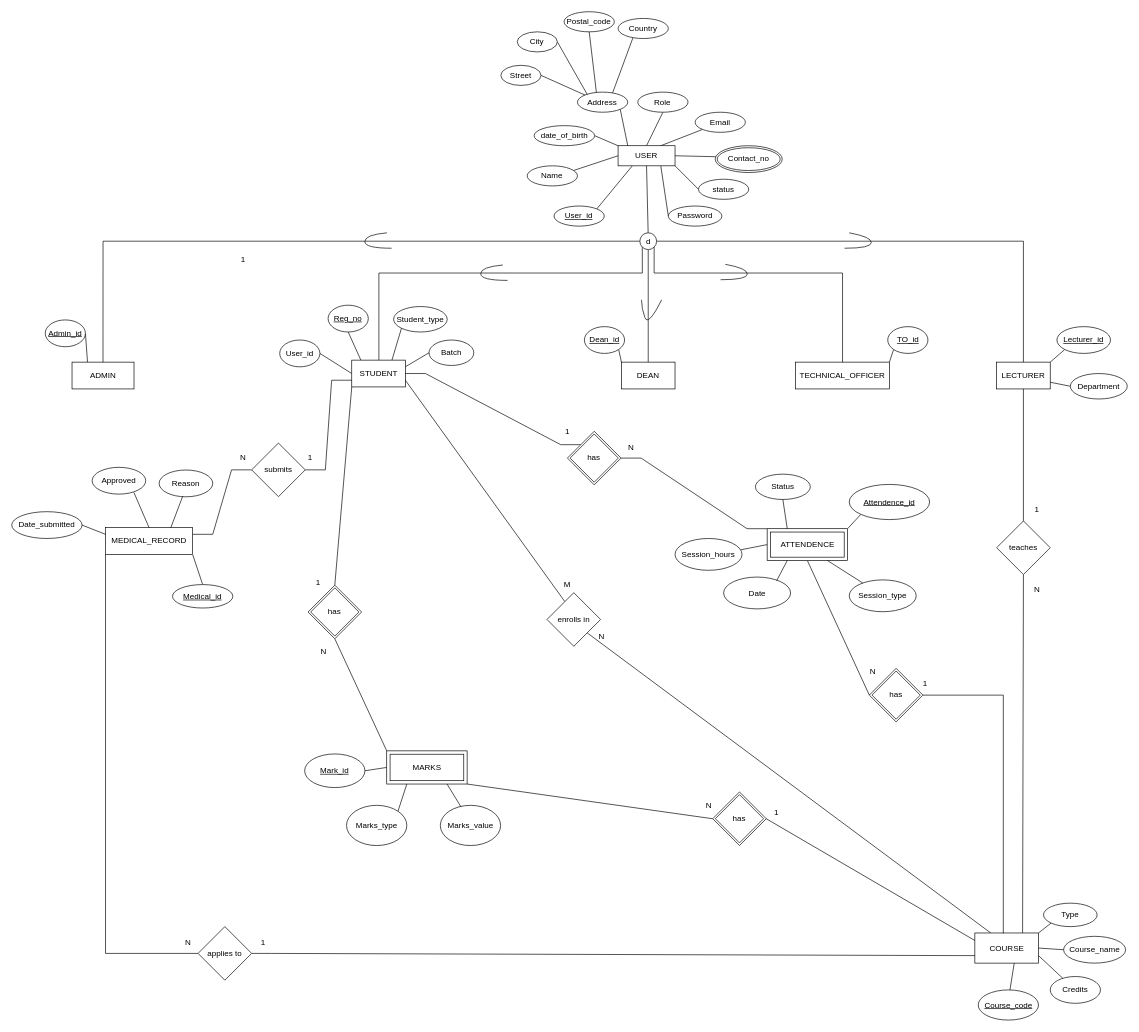
Before: page "Page-3" (2 of 2) of Resources/Updated EER and Mapping/EER and Mapping.drawio in dilusharadeeshan/Student-Management-System, a draw.io diagram. Source tidied: cells renumbered, new cells numbered last; positions are measured from the earlier drawing's top-left corner, leaving out a move shared by most shapes. Both pictures are drawn from the tidied source at 67%, with x=0, y=0 at pixel (11, 11).
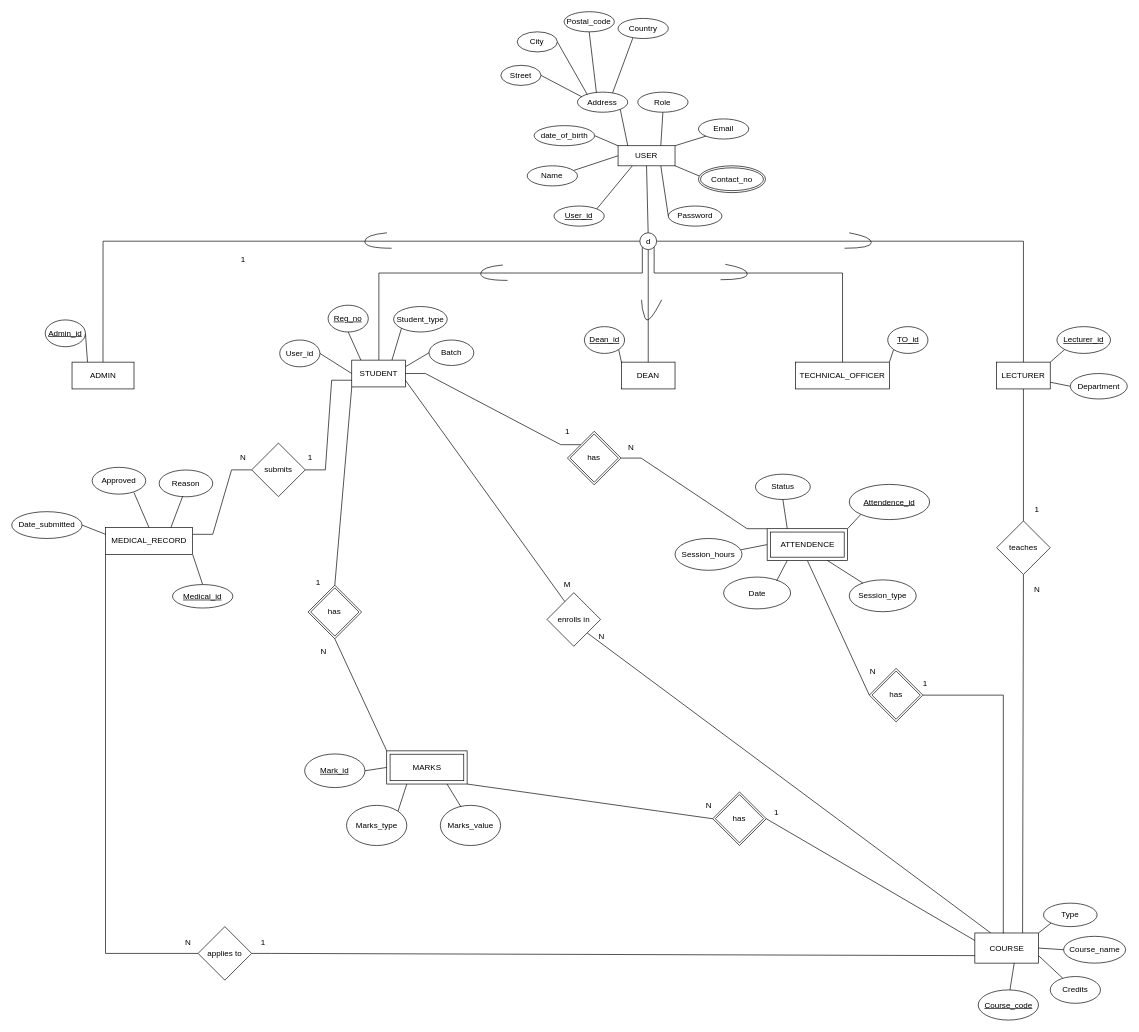
The same page after the edit.

The change refers to these unchanged cells:
```xml
<mxCell id="7" value="USER" style="rounded=0;whiteSpace=wrap;html=1;strokeColor=default;strokeWidth=1;" parent="1" vertex="1">
  <mxGeometry x="905" y="200" width="85" height="30" as="geometry" />
</mxCell>
<mxCell id="12" value="Role" style="ellipse;whiteSpace=wrap;html=1;strokeColor=default;strokeWidth=1;" parent="1" vertex="1">
  <mxGeometry x="934.4" y="120" width="75" height="30" as="geometry" />
</mxCell>
<mxCell id="112" value="Address" style="ellipse;whiteSpace=wrap;html=1;strokeColor=default;strokeWidth=1;" parent="1" vertex="1">
  <mxGeometry x="844.4" y="120" width="75" height="30" as="geometry" />
</mxCell>
<mxCell id="114" value="Street" style="ellipse;whiteSpace=wrap;html=1;strokeColor=default;strokeWidth=1;" parent="1" vertex="1">
  <mxGeometry x="730" y="80" width="60" height="30" as="geometry" />
</mxCell>
```

Diff of the diagram source:
```diff
@@
-    <mxCell id="3" style="rounded=0;jettySize=auto;html=1;exitX=0.5;exitY=0;exitDx=0;exitDy=0;entryX=0.5;entryY=1;entryDx=0;entryDy=0;endArrow=none;startFill=0;strokeColor=default;strokeWidth=1;" parent="1" edge="1" source="7" target="12">
+    <mxCell id="3" style="rounded=0;jettySize=auto;html=1;exitX=0.75;exitY=0;exitDx=0;exitDy=0;entryX=0.5;entryY=1;entryDx=0;entryDy=0;endArrow=none;startFill=0;strokeColor=default;strokeWidth=1;" parent="1" edge="1" source="7" target="12">
       <mxGeometry relative="1" as="geometry" />
     </mxCell>
@@
-    <mxCell id="5" style="rounded=0;jettySize=auto;html=1;exitX=0.75;exitY=0;exitDx=0;exitDy=0;entryX=0;entryY=1;entryDx=0;entryDy=0;endArrow=none;startFill=0;strokeColor=default;strokeWidth=1;" parent="1" edge="1" source="7" target="9">
+    <mxCell id="5" style="rounded=0;jettySize=auto;html=1;exitX=1;exitY=0;exitDx=0;exitDy=0;entryX=0;entryY=1;entryDx=0;entryDy=0;endArrow=none;startFill=0;strokeColor=default;strokeWidth=1;" parent="1" edge="1" source="7" target="9">
       <mxGeometry relative="1" as="geometry" />
     </mxCell>
@@
     <mxCell id="9" value="Email" style="ellipse;whiteSpace=wrap;html=1;strokeColor=default;strokeWidth=1;" parent="1" vertex="1">
-      <mxGeometry x="1020" y="150" width="75" height="30" as="geometry" />
+      <mxGeometry x="1025" y="160" width="75" height="30" as="geometry" />
     </mxCell>
@@
-    <mxCell id="107" style="rounded=0;jettySize=auto;html=1;exitX=1;exitY=1;exitDx=0;exitDy=0;entryX=0;entryY=0.5;entryDx=0;entryDy=0;endArrow=none;startFill=0;strokeColor=default;strokeWidth=1;" parent="1" edge="1" source="7" target="108">
-      <mxGeometry relative="1" as="geometry" />
-    </mxCell>
-    <mxCell id="108" value="status" style="ellipse;whiteSpace=wrap;html=1;strokeColor=default;strokeWidth=1;" parent="1" vertex="1">
-      <mxGeometry x="1025" y="250" width="75" height="30" as="geometry" />
-    </mxCell>
@@
-    <mxCell id="113" style="rounded=0;jettySize=auto;html=1;exitX=0;exitY=0;exitDx=0;exitDy=0;entryX=1;entryY=0.5;entryDx=0;entryDy=0;endArrow=none;startFill=0;strokeColor=default;strokeWidth=1;" parent="1" edge="1" source="112" target="114">
+    <mxCell id="113" style="rounded=0;jettySize=auto;html=1;entryX=1;entryY=0.5;entryDx=0;entryDy=0;endArrow=none;startFill=0;strokeColor=default;strokeWidth=1;exitX=0.086;exitY=0.233;exitDx=0;exitDy=0;exitPerimeter=0;" parent="1" edge="1" source="112" target="114">
       <mxGeometry relative="1" as="geometry" />
     </mxCell>
@@
-    <mxCell id="121" style="rounded=0;jettySize=auto;html=1;exitX=1;exitY=0.5;exitDx=0;exitDy=0;entryX=0.043;entryY=0.412;entryDx=0;entryDy=0;endArrow=none;startFill=0;strokeColor=default;strokeWidth=1;entryPerimeter=0;" parent="1" edge="1" source="7" target="122">
+    <mxCell id="121" style="rounded=0;jettySize=auto;html=1;exitX=1;exitY=1;exitDx=0;exitDy=0;entryX=0.043;entryY=0.412;entryDx=0;entryDy=0;endArrow=none;startFill=0;strokeColor=default;strokeWidth=1;entryPerimeter=0;" parent="1" edge="1" source="7" target="122">
       <mxGeometry relative="1" as="geometry" />
     </mxCell>
     <mxCell id="122" value="Contact_no" style="ellipse;shape=doubleEllipse;margin=3;whiteSpace=wrap;html=1;align=center;" parent="1" vertex="1">
-      <mxGeometry x="1050" y="200" width="100" height="40" as="geometry" />
+      <mxGeometry x="1025" y="230" width="100" height="40" as="geometry" />
     </mxCell>
```
